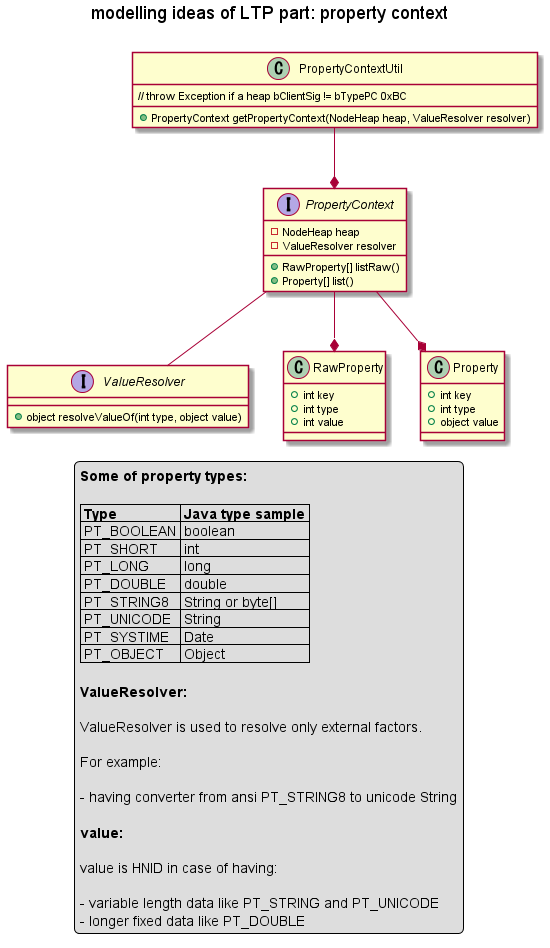
Before: out/plantuml/base/ltp_pc.png, a diagram exported from PlantUML (Kris-LIBIS/ruby-msg). The source it was exported from:
```plantuml
@startuml ltp_pc
title modelling ideas of LTP part: property context\n
class PropertyContextUtil {
    // throw Exception if a heap bClientSig != bTypePC 0xBC

    + PropertyContext getPropertyContext(NodeHeap heap, ValueResolver resolver)
}

interface PropertyContext {
    - NodeHeap heap
    - ValueResolver resolver

    + RawProperty[] listRaw()
    + Property[] list()
}

interface ValueResolver {
    + object resolveValueOf(int type, object value)
}

class RawProperty {
    + int key
    + int type
    + int value
}

class Property {
    + int key
    + int type
    + object value
}

PropertyContextUtil --* PropertyContext
PropertyContext --* Property
PropertyContext --* RawProperty
PropertyContext -- ValueResolver

legend
    <b>Some of property types:</b>

    |= Type |= Java type sample |
    | PT_BOOLEAN | boolean |
    | PT_SHORT | int |
    | PT_LONG | long |
    | PT_DOUBLE | double |
    | PT_STRING8 | String or byte[] |
    | PT_UNICODE | String |
    | PT_SYSTIME | Date |
    | PT_OBJECT | Object |

    <b>ValueResolver:</b>

    ValueResolver is used to resolve only external factors.

    For example:

    - having converter from ansi PT_STRING8 to unicode String

    <b>value:</b>

    value is HNID in case of having:

    - variable length data like PT_STRING and PT_UNICODE
    - longer fixed data like PT_DOUBLE
end legend

@enduml
```
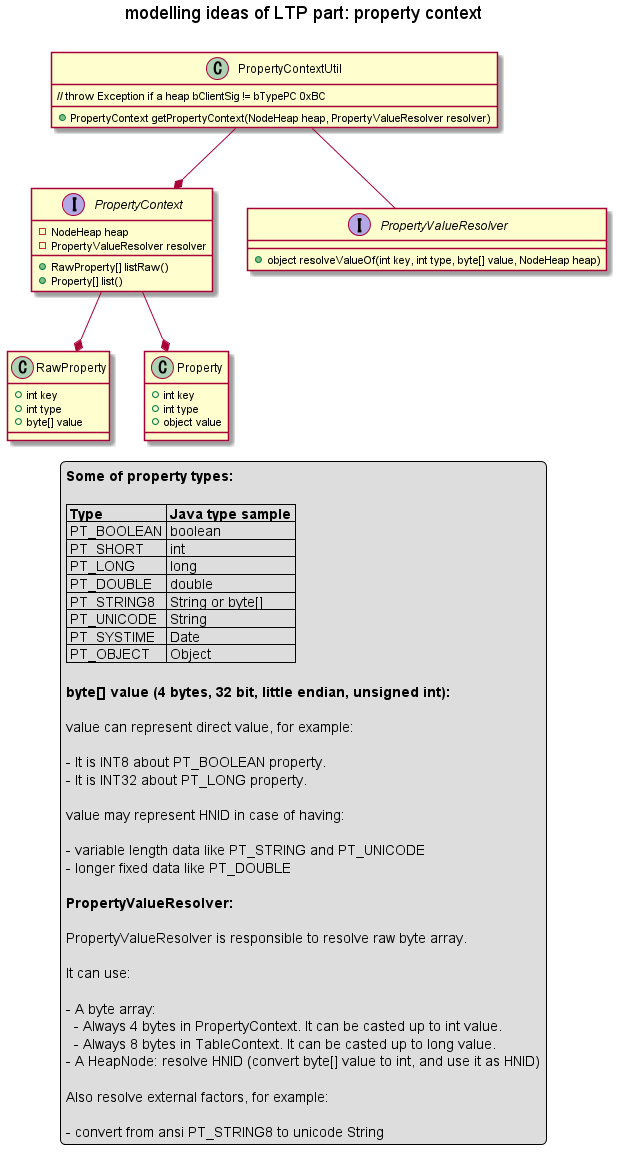
The same diagram one commit later.

What changed in the source:
```diff
@@ -3,25 +3,25 @@
 class PropertyContextUtil {
     // throw Exception if a heap bClientSig != bTypePC 0xBC
 
-    + PropertyContext getPropertyContext(NodeHeap heap, ValueResolver resolver)
+    + PropertyContext getPropertyContext(NodeHeap heap, PropertyValueResolver resolver)
 }
 
 interface PropertyContext {
     - NodeHeap heap
-    - ValueResolver resolver
+    - PropertyValueResolver resolver
 
     + RawProperty[] listRaw()
     + Property[] list()
 }
 
-interface ValueResolver {
-    + object resolveValueOf(int type, object value)
+interface PropertyValueResolver {
+    + object resolveValueOf(int key, int type, byte[] value, NodeHeap heap)
 }
 
 class RawProperty {
     + int key
     + int type
-    + int value
+    + byte[] value
 }
 
 class Property {
@@ -33,7 +33,7 @@
 PropertyContextUtil --* PropertyContext
 PropertyContext --* Property
 PropertyContext --* RawProperty
-PropertyContext -- ValueResolver
+PropertyContextUtil -- PropertyValueResolver
 
 legend
     <b>Some of property types:</b>
@@ -48,20 +48,32 @@
     | PT_SYSTIME | Date |
     | PT_OBJECT | Object |
 
-    <b>ValueResolver:</b>
+    <b>byte[] value (4 bytes, 32 bit, little endian, unsigned int):</b>
 
-    ValueResolver is used to resolve only external factors.
+    value can represent direct value, for example:
 
-    For example:
+    - It is INT8 about PT_BOOLEAN property.
+    - It is INT32 about PT_LONG property.
 
-    - having converter from ansi PT_STRING8 to unicode String
-
-    <b>value:</b>
-
-    value is HNID in case of having:
+    value may represent HNID in case of having:
 
     - variable length data like PT_STRING and PT_UNICODE
     - longer fixed data like PT_DOUBLE
+
+    <b>PropertyValueResolver:</b>
+
+    PropertyValueResolver is responsible to resolve raw byte array.
+
+    It can use:
+
+    - A byte array:
+      - Always 4 bytes in PropertyContext. It can be casted up to int value.
+      - Always 8 bytes in TableContext. It can be casted up to long value.
+    - A HeapNode: resolve HNID (convert byte[] value to int, and use it as HNID)
+
+    Also resolve external factors, for example:
+
+    - convert from ansi PT_STRING8 to unicode String
 end legend
 
 @enduml
```
